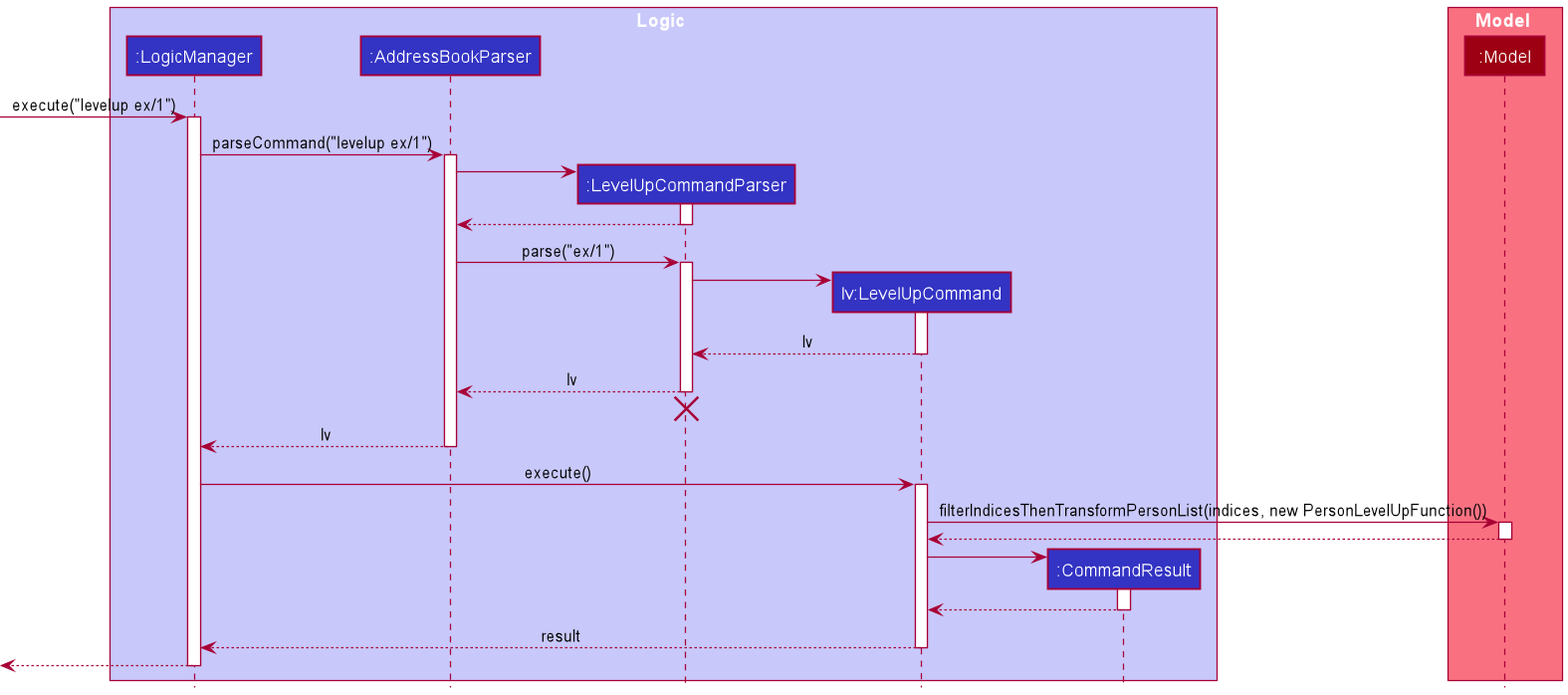
The PlantUML diagram docs/images/LevelUpSequenceDiagram.png in nus-cs2103-AY2021S2/tp, before a commit.
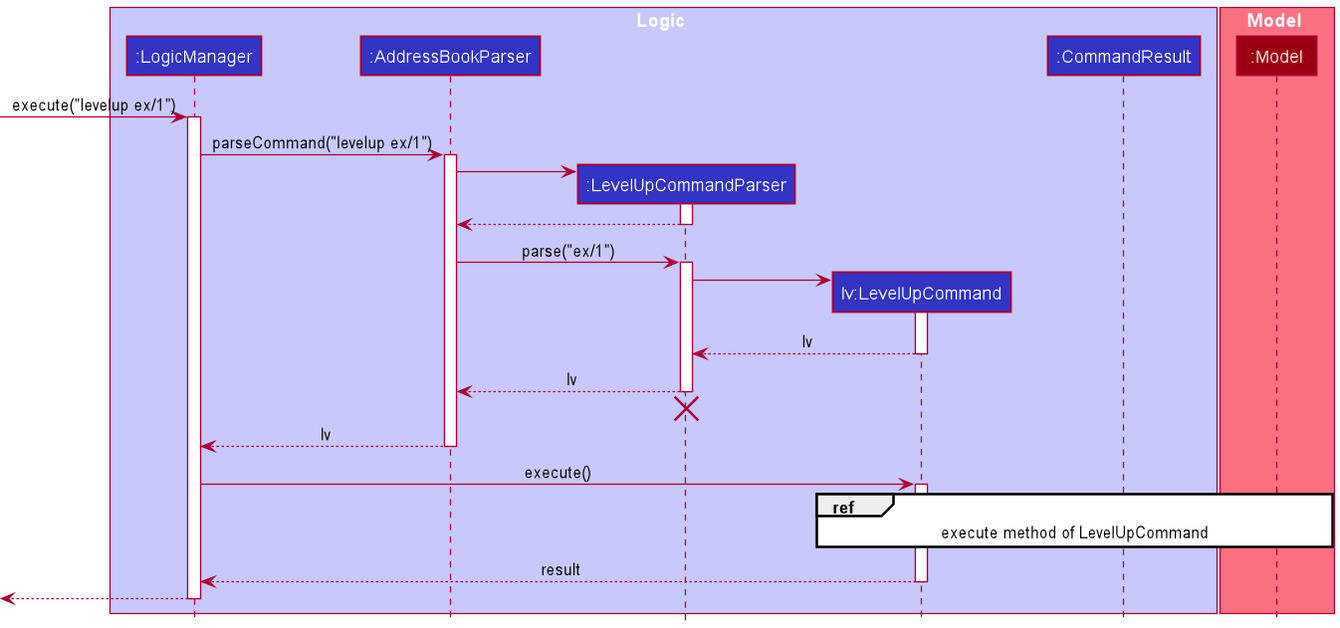
The same file after the commit.

What changed in the source:
```diff
@@ -47,18 +47,7 @@
 LogicManager -> LevelUpCommand : execute()
 activate LevelUpCommand
 
-LevelUpCommand -> Model : filterIndicesThenTransformPersonList(indices, new PersonLevelUpFunction())
-activate Model
-
-Model --> LevelUpCommand
-deactivate Model
-
-create CommandResult
-LevelUpCommand -> CommandResult
-activate CommandResult
-
-CommandResult --> LevelUpCommand
-deactivate CommandResult
+ref over LevelUpCommand, Model : execute method of LevelUpCommand
 
 LevelUpCommand --> LogicManager : result
 deactivate LevelUpCommand
```
